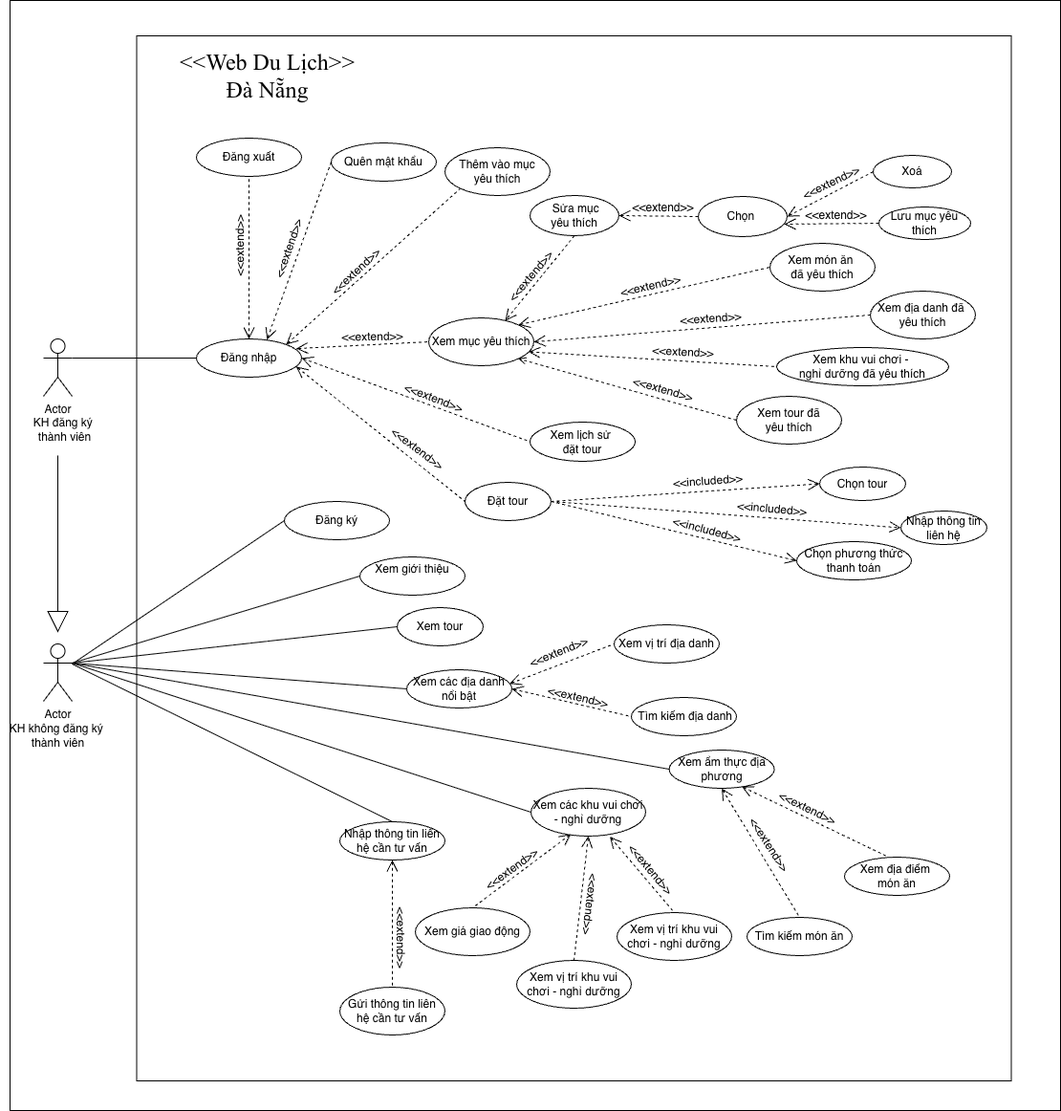
The draw.io diagram USE CASE DIAGRAM_CUS.drawio.png in MinhCaoPC/DOAN, before a commit. Source tidied: cells renumbered, new cells last; positions are measured from the earlier drawing's top-left corner, leaving out a move shared by most shapes.
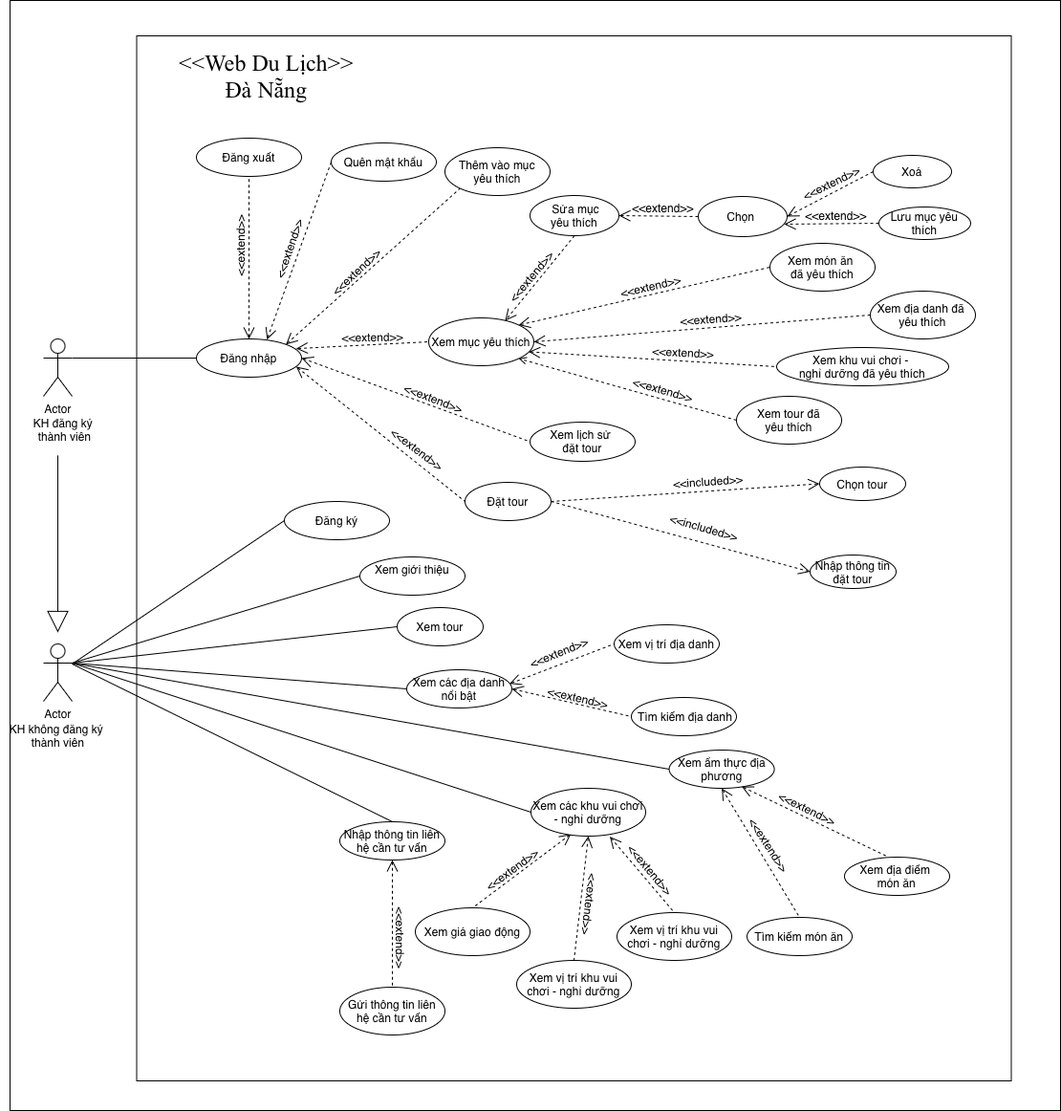
Later version of the same file.

Commit message:
Thêm tính nang

Change to the diagram source:
```diff
@@ -35,9 +35,6 @@
     <mxCell id="12" value="Xem các khu vui chơi - nghỉ dưỡng" style="ellipse;whiteSpace=wrap;html=1;direction=east;" parent="1" vertex="1">
       <mxGeometry x="555" y="824" width="120" height="50" as="geometry" />
     </mxCell>
-    <mxCell id="13" style="rounded=0;jettySize=auto;html=1;exitX=1;exitY=0.5;exitDx=0;exitDy=0;entryX=0;entryY=0.5;entryDx=0;entryDy=0;dashed=1;endSize=10;endArrow=open;endFill=0;" parent="1" edge="1" source="16" target="47">
-      <mxGeometry relative="1" as="geometry" />
-    </mxCell>
     <mxCell id="14" style="rounded=0;jettySize=auto;html=1;exitX=1;exitY=0.5;exitDx=0;exitDy=0;entryX=0;entryY=0.5;entryDx=0;entryDy=0;dashed=1;endArrow=open;endFill=0;endSize=10;" parent="1" edge="1" source="16" target="46">
       <mxGeometry relative="1" as="geometry" />
     </mxCell>
@@ -139,12 +136,9 @@
     <mxCell id="45" value="Chọn tour" style="ellipse;whiteSpace=wrap;html=1;direction=east;" parent="1" vertex="1">
       <mxGeometry x="857" y="488" width="90" height="35" as="geometry" />
     </mxCell>
-    <mxCell id="46" value="Nhập thông tin&lt;div&gt;liên hệ&lt;/div&gt;" style="ellipse;whiteSpace=wrap;html=1;direction=east;" parent="1" vertex="1">
-      <mxGeometry x="942" y="534" width="90" height="35" as="geometry" />
+    <mxCell id="46" value="Nhập thông tin&lt;div&gt;đặt tour&lt;/div&gt;" style="ellipse;whiteSpace=wrap;html=1;direction=east;" parent="1" vertex="1">
+      <mxGeometry x="847" y="580" width="90" height="35" as="geometry" />
     </mxCell>
-    <mxCell id="47" value="Chọn phương thức thanh toán" style="ellipse;whiteSpace=wrap;html=1;direction=east;" parent="1" vertex="1">
-      <mxGeometry x="833" y="566" width="120" height="40" as="geometry" />
-    </mxCell>
     <mxCell id="48" style="edgeStyle=orthogonalEdgeStyle;rounded=0;orthogonalLoop=1;jettySize=auto;html=1;exitX=0.5;exitY=1;exitDx=0;exitDy=0;" parent="1" edge="1">
       <mxGeometry relative="1" as="geometry">
         <mxPoint x="450" y="1109" as="sourcePoint" />
@@ -183,15 +177,12 @@
     <mxCell id="58" value="&lt;div&gt;Xem lịch sử&amp;nbsp;&lt;/div&gt;&lt;div&gt;đặt tour&lt;/div&gt;" style="ellipse;whiteSpace=wrap;html=1;direction=east;" parent="1" vertex="1">
       <mxGeometry x="554" y="441" width="110" height="41" as="geometry" />
     </mxCell>
-    <mxCell id="59" value="&amp;lt;&amp;lt;included&amp;gt;&amp;gt;" style="text;html=1;align=center;verticalAlign=middle;strokeColor=none;fillColor=none;rotation=5;" parent="1" vertex="1">
-      <mxGeometry x="761" y="519" width="91" height="26" as="geometry" />
+    <mxCell id="59" value="&amp;lt;&amp;lt;included&amp;gt;&amp;gt;" style="text;html=1;align=center;verticalAlign=middle;strokeColor=none;fillColor=none;rotation=16;" parent="1" vertex="1">
+      <mxGeometry x="690" y="538" width="91" height="26" as="geometry" />
     </mxCell>
     <mxCell id="60" value="&amp;lt;&amp;lt;included&amp;gt;&amp;gt;" style="text;html=1;align=center;verticalAlign=middle;strokeColor=none;fillColor=none;rotation=356;" parent="1" vertex="1">
       <mxGeometry x="694" y="490" width="91" height="26" as="geometry" />
     </mxCell>
-    <mxCell id="61" value="&amp;lt;&amp;lt;included&amp;gt;&amp;gt;" style="text;html=1;align=center;verticalAlign=middle;strokeColor=none;fillColor=none;rotation=15;" parent="1" vertex="1">
-      <mxGeometry x="689" y="539" width="100" height="30" as="geometry" />
-    </mxCell>
     <mxCell id="62" value="Quên mật khẩu" style="ellipse;whiteSpace=wrap;html=1;direction=east;" parent="1" vertex="1">
       <mxGeometry x="346" y="149" width="110" height="40" as="geometry" />
     </mxCell>
```
